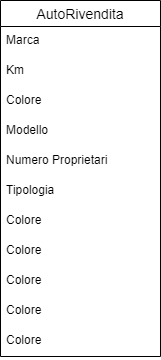
This is db-first.drawio.png from mikaeltreppo/db-first, a draw.io export, as it was before one commit. Source tidied: cells renumbered, new cells last; positions are measured from the earlier drawing's top-left corner, leaving out a move shared by most shapes. The source it was exported from:
```xml
<mxGraphModel>
  <root>
    <mxCell id="0" />
    <mxCell id="1" parent="0" />
    <mxCell id="2" value="AutoRivendita" style="swimlane;fontStyle=0;horizontal=1;startSize=26;align=center;fontSize=14;" parent="1" vertex="1">
      <mxGeometry width="160" height="356" as="geometry" />
    </mxCell>
    <mxCell id="3" value="Marca" style="text;strokeColor=none;fillColor=none;spacingLeft=4;spacingRight=4;overflow=hidden;fontSize=12;" parent="2" vertex="1">
      <mxGeometry y="26" width="160" height="30" as="geometry" />
    </mxCell>
    <mxCell id="4" value="Km" style="text;strokeColor=none;fillColor=none;spacingLeft=4;spacingRight=4;overflow=hidden;fontSize=12;" parent="2" vertex="1">
      <mxGeometry y="56" width="160" height="30" as="geometry" />
    </mxCell>
    <mxCell id="5" value="Colore&#10;" style="text;strokeColor=none;fillColor=none;spacingLeft=4;spacingRight=4;overflow=hidden;fontSize=12;" parent="2" vertex="1">
      <mxGeometry y="86" width="160" height="30" as="geometry" />
    </mxCell>
    <mxCell id="6" value="Modello" style="text;strokeColor=none;fillColor=none;spacingLeft=4;spacingRight=4;overflow=hidden;fontSize=12;" parent="2" vertex="1">
      <mxGeometry y="116" width="160" height="30" as="geometry" />
    </mxCell>
    <mxCell id="7" value="Numero Proprietari" style="text;strokeColor=none;fillColor=none;spacingLeft=4;spacingRight=4;overflow=hidden;fontSize=12;" parent="2" vertex="1">
      <mxGeometry y="146" width="160" height="30" as="geometry" />
    </mxCell>
    <mxCell id="8" value="Tipologia " style="text;strokeColor=none;fillColor=none;spacingLeft=4;spacingRight=4;overflow=hidden;fontSize=12;" parent="2" vertex="1">
      <mxGeometry y="176" width="160" height="30" as="geometry" />
    </mxCell>
    <mxCell id="9" value="Colore&#10;" style="text;strokeColor=none;fillColor=none;spacingLeft=4;spacingRight=4;overflow=hidden;fontSize=12;" parent="2" vertex="1">
      <mxGeometry y="206" width="160" height="30" as="geometry" />
    </mxCell>
    <mxCell id="10" value="Colore&#10;" style="text;strokeColor=none;fillColor=none;spacingLeft=4;spacingRight=4;overflow=hidden;fontSize=12;" parent="2" vertex="1">
      <mxGeometry y="236" width="160" height="30" as="geometry" />
    </mxCell>
    <mxCell id="11" value="Colore&#10;" style="text;strokeColor=none;fillColor=none;spacingLeft=4;spacingRight=4;overflow=hidden;fontSize=12;" parent="2" vertex="1">
      <mxGeometry y="266" width="160" height="30" as="geometry" />
    </mxCell>
    <mxCell id="12" value="Colore&#10;" style="text;strokeColor=none;fillColor=none;spacingLeft=4;spacingRight=4;overflow=hidden;fontSize=12;" parent="2" vertex="1">
      <mxGeometry y="296" width="160" height="30" as="geometry" />
    </mxCell>
    <mxCell id="13" value="Colore&#10;" style="text;strokeColor=none;fillColor=none;spacingLeft=4;spacingRight=4;overflow=hidden;fontSize=12;" parent="2" vertex="1">
      <mxGeometry y="326" width="160" height="30" as="geometry" />
    </mxCell>
  </root>
</mxGraphModel>
```
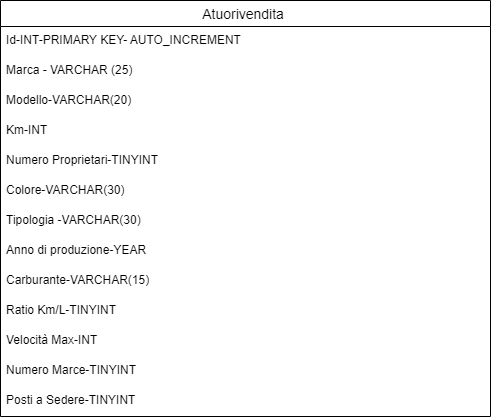
After the change.

Change to the diagram source:
```diff
@@ -2,41 +2,47 @@
   <root>
     <mxCell id="0" />
     <mxCell id="1" parent="0" />
-    <mxCell id="2" value="AutoRivendita" style="swimlane;fontStyle=0;horizontal=1;startSize=26;align=center;fontSize=14;" parent="1" vertex="1">
-      <mxGeometry width="160" height="356" as="geometry" />
+    <mxCell id="2" value="Atuorivendita " style="swimlane;fontStyle=0;horizontal=1;startSize=26;align=center;fontSize=14;" parent="1" vertex="1">
+      <mxGeometry width="490" height="416" as="geometry" />
     </mxCell>
+    <mxCell id="14" value="Id-INT-PRIMARY KEY- AUTO_INCREMENT" style="text;strokeColor=none;fillColor=none;spacingLeft=4;spacingRight=4;overflow=hidden;fontSize=12;" parent="2" vertex="1">
+      <mxGeometry y="26" width="490" height="30" as="geometry" />
+    </mxCell>
-    <mxCell id="3" value="Marca" style="text;strokeColor=none;fillColor=none;spacingLeft=4;spacingRight=4;overflow=hidden;fontSize=12;" parent="2" vertex="1">
-      <mxGeometry y="26" width="160" height="30" as="geometry" />
+    <mxCell id="3" value="Marca - VARCHAR (25)" style="text;strokeColor=none;fillColor=none;spacingLeft=4;spacingRight=4;overflow=hidden;fontSize=12;" parent="2" vertex="1">
+      <mxGeometry y="56" width="490" height="30" as="geometry" />
     </mxCell>
+    <mxCell id="6" value="Modello-VARCHAR(20)" style="text;strokeColor=none;fillColor=none;spacingLeft=4;spacingRight=4;overflow=hidden;fontSize=12;" parent="2" vertex="1">
+      <mxGeometry y="86" width="490" height="30" as="geometry" />
+    </mxCell>
-    <mxCell id="4" value="Km" style="text;strokeColor=none;fillColor=none;spacingLeft=4;spacingRight=4;overflow=hidden;fontSize=12;" parent="2" vertex="1">
-      <mxGeometry y="56" width="160" height="30" as="geometry" />
+    <mxCell id="4" value="Km-INT" style="text;strokeColor=none;fillColor=none;spacingLeft=4;spacingRight=4;overflow=hidden;fontSize=12;" parent="2" vertex="1">
+      <mxGeometry y="116" width="490" height="30" as="geometry" />
     </mxCell>
+    <mxCell id="7" value="Numero Proprietari-TINYINT" style="text;strokeColor=none;fillColor=none;spacingLeft=4;spacingRight=4;overflow=hidden;fontSize=12;" parent="2" vertex="1">
+      <mxGeometry y="146" width="490" height="30" as="geometry" />
+    </mxCell>
-    <mxCell id="5" value="Colore&#10;" style="text;strokeColor=none;fillColor=none;spacingLeft=4;spacingRight=4;overflow=hidden;fontSize=12;" parent="2" vertex="1">
-      <mxGeometry y="86" width="160" height="30" as="geometry" />
+    <mxCell id="5" value="Colore-VARCHAR(30)&#10;" style="text;strokeColor=none;fillColor=none;spacingLeft=4;spacingRight=4;overflow=hidden;fontSize=12;" parent="2" vertex="1">
+      <mxGeometry y="176" width="490" height="30" as="geometry" />
     </mxCell>
-    <mxCell id="6" value="Modello" style="text;strokeColor=none;fillColor=none;spacingLeft=4;spacingRight=4;overflow=hidden;fontSize=12;" parent="2" vertex="1">
-      <mxGeometry y="116" width="160" height="30" as="geometry" />
-    </mxCell>
-    <mxCell id="7" value="Numero Proprietari" style="text;strokeColor=none;fillColor=none;spacingLeft=4;spacingRight=4;overflow=hidden;fontSize=12;" parent="2" vertex="1">
-      <mxGeometry y="146" width="160" height="30" as="geometry" />
-    </mxCell>
-    <mxCell id="8" value="Tipologia " style="text;strokeColor=none;fillColor=none;spacingLeft=4;spacingRight=4;overflow=hidden;fontSize=12;" parent="2" vertex="1">
-      <mxGeometry y="176" width="160" height="30" as="geometry" />
+    <mxCell id="8" value="Tipologia -VARCHAR(30)" style="text;strokeColor=none;fillColor=none;spacingLeft=4;spacingRight=4;overflow=hidden;fontSize=12;" parent="2" vertex="1">
+      <mxGeometry y="206" width="490" height="30" as="geometry" />
     </mxCell>
+    <mxCell id="15" value="Anno di produzione-YEAR" style="text;strokeColor=none;fillColor=none;spacingLeft=4;spacingRight=4;overflow=hidden;fontSize=12;" parent="2" vertex="1">
+      <mxGeometry y="236" width="490" height="30" as="geometry" />
+    </mxCell>
-    <mxCell id="9" value="Colore&#10;" style="text;strokeColor=none;fillColor=none;spacingLeft=4;spacingRight=4;overflow=hidden;fontSize=12;" parent="2" vertex="1">
-      <mxGeometry y="206" width="160" height="30" as="geometry" />
+    <mxCell id="9" value="Carburante-VARCHAR(15)" style="text;strokeColor=none;fillColor=none;spacingLeft=4;spacingRight=4;overflow=hidden;fontSize=12;" parent="2" vertex="1">
+      <mxGeometry y="266" width="490" height="30" as="geometry" />
     </mxCell>
-    <mxCell id="10" value="Colore&#10;" style="text;strokeColor=none;fillColor=none;spacingLeft=4;spacingRight=4;overflow=hidden;fontSize=12;" parent="2" vertex="1">
-      <mxGeometry y="236" width="160" height="30" as="geometry" />
+    <mxCell id="10" value="Ratio Km/L-TINYINT" style="text;strokeColor=none;fillColor=none;spacingLeft=4;spacingRight=4;overflow=hidden;fontSize=12;" parent="2" vertex="1">
+      <mxGeometry y="296" width="490" height="30" as="geometry" />
     </mxCell>
-    <mxCell id="11" value="Colore&#10;" style="text;strokeColor=none;fillColor=none;spacingLeft=4;spacingRight=4;overflow=hidden;fontSize=12;" parent="2" vertex="1">
-      <mxGeometry y="266" width="160" height="30" as="geometry" />
+    <mxCell id="11" value="Velocità Max-INT" style="text;strokeColor=none;fillColor=none;spacingLeft=4;spacingRight=4;overflow=hidden;fontSize=12;" parent="2" vertex="1">
+      <mxGeometry y="326" width="490" height="30" as="geometry" />
     </mxCell>
-    <mxCell id="12" value="Colore&#10;" style="text;strokeColor=none;fillColor=none;spacingLeft=4;spacingRight=4;overflow=hidden;fontSize=12;" parent="2" vertex="1">
-      <mxGeometry y="296" width="160" height="30" as="geometry" />
+    <mxCell id="12" value="Numero Marce-TINYINT" style="text;strokeColor=none;fillColor=none;spacingLeft=4;spacingRight=4;overflow=hidden;fontSize=12;" parent="2" vertex="1">
+      <mxGeometry y="356" width="490" height="30" as="geometry" />
     </mxCell>
-    <mxCell id="13" value="Colore&#10;" style="text;strokeColor=none;fillColor=none;spacingLeft=4;spacingRight=4;overflow=hidden;fontSize=12;" parent="2" vertex="1">
-      <mxGeometry y="326" width="160" height="30" as="geometry" />
+    <mxCell id="13" value="Posti a Sedere-TINYINT" style="text;strokeColor=none;fillColor=none;spacingLeft=4;spacingRight=4;overflow=hidden;fontSize=12;" parent="2" vertex="1">
+      <mxGeometry y="386" width="490" height="30" as="geometry" />
     </mxCell>
   </root>
 </mxGraphModel>
```
